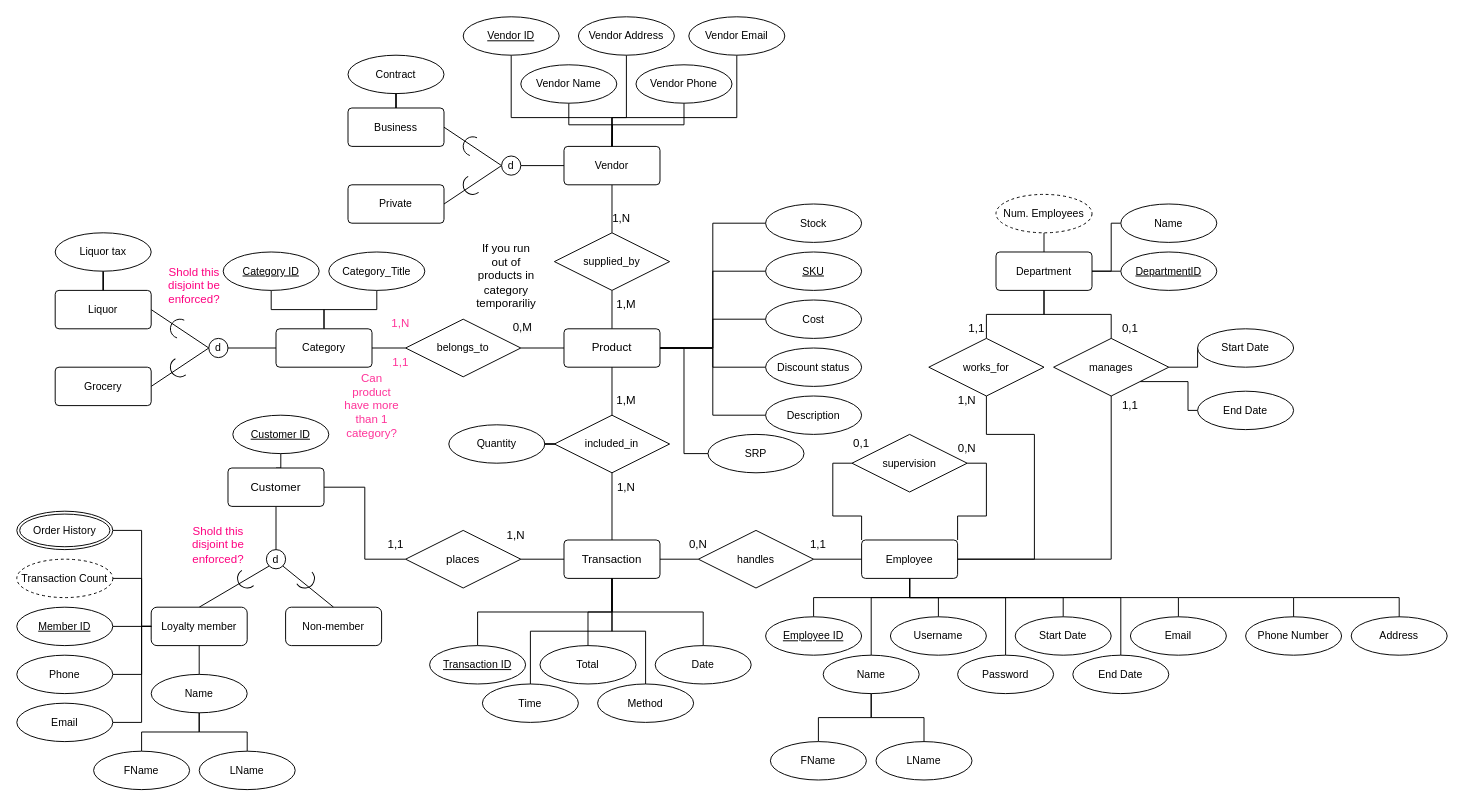
The draw.io diagram Scotts_Bar_2_ERD.drawio in vincentgruse/ScottsBar2, before the edit. Source tidied: cells renumbered, new cells numbered last; positions are measured from the earlier drawing's top-left corner, leaving out a move shared by most shapes. Both pictures are drawn from the tidied source at 96%, with x=0, y=0 at pixel (16, 16).
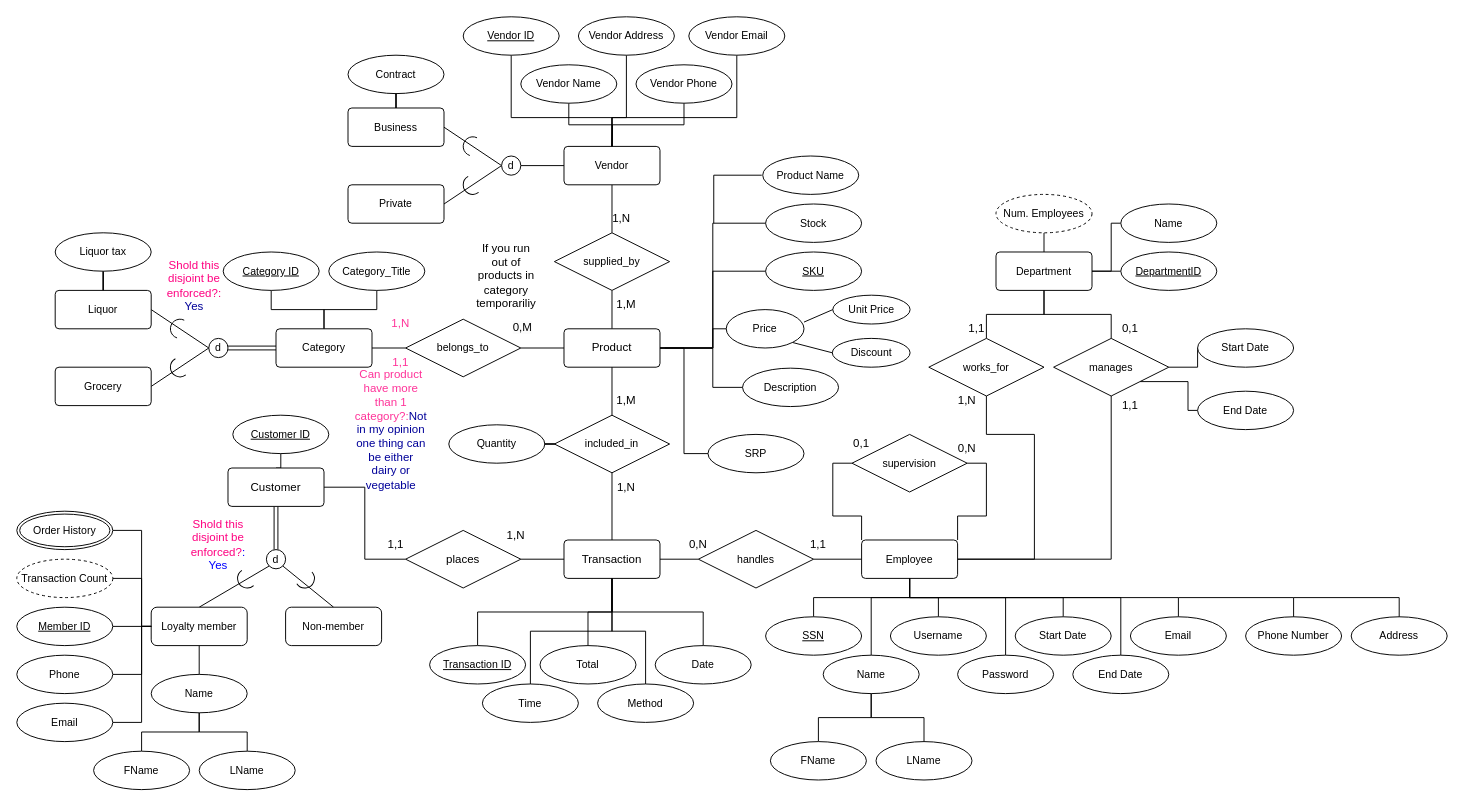
After the change.

Unchanged cells that the change refers to:
```xml
<mxCell id="3" value="Product" style="rounded=1;arcSize=10;whiteSpace=wrap;html=1;align=center;" parent="1" vertex="1">
  <mxGeometry x="570" y="325" width="100" height="40" as="geometry" />
</mxCell>
<mxCell id="8" value="Customer" style="rounded=1;arcSize=10;whiteSpace=wrap;html=1;align=center;" parent="1" vertex="1">
  <mxGeometry x="220" y="470" width="100" height="40" as="geometry" />
</mxCell>
<mxCell id="28" value="Category" style="rounded=1;arcSize=10;whiteSpace=wrap;html=1;align=center;fontFamily=Helvetica;fontSize=11;fontColor=default;labelBackgroundColor=default;" parent="1" vertex="1">
  <mxGeometry x="270" y="325" width="100" height="40" as="geometry" />
</mxCell>
<mxCell id="114" value="d" style="ellipse;whiteSpace=wrap;html=1;align=center;fontFamily=Helvetica;fontSize=11;fontColor=default;labelBackgroundColor=default;" parent="1" vertex="1">
  <mxGeometry x="260" y="555" width="20" height="20" as="geometry" />
</mxCell>
<mxCell id="118" value="d" style="ellipse;whiteSpace=wrap;html=1;align=center;fontFamily=Helvetica;fontSize=11;fontColor=default;labelBackgroundColor=default;" parent="1" vertex="1">
  <mxGeometry x="200" y="335" width="20" height="20" as="geometry" />
</mxCell>
```

What changed in the source:
```diff
@@
-    <mxCell id="7" style="edgeStyle=orthogonalEdgeStyle;rounded=0;jettySize=auto;html=1;exitX=0.5;exitY=1;exitDx=0;exitDy=0;entryX=0.5;entryY=0;entryDx=0;entryDy=0;strokeColor=default;align=center;verticalAlign=middle;fontFamily=Helvetica;fontSize=11;fontColor=default;labelBackgroundColor=default;endArrow=none;endFill=0;" parent="1" edge="1" source="8" target="114">
+    <mxCell id="7" style="edgeStyle=orthogonalEdgeStyle;rounded=0;jettySize=auto;html=1;exitX=0.5;exitY=1;exitDx=0;exitDy=0;entryX=0.5;entryY=0;entryDx=0;entryDy=0;strokeColor=default;align=center;verticalAlign=middle;fontFamily=Helvetica;fontSize=11;fontColor=default;labelBackgroundColor=default;endArrow=none;endFill=0;shape=link;" parent="1" edge="1" source="8" target="114">
       <mxGeometry relative="1" as="geometry" />
     </mxCell>
@@
-    <mxCell id="27" style="edgeStyle=orthogonalEdgeStyle;rounded=0;jettySize=auto;html=1;exitX=0;exitY=0.5;exitDx=0;exitDy=0;strokeColor=default;align=center;verticalAlign=middle;fontFamily=Helvetica;fontSize=11;fontColor=default;labelBackgroundColor=default;endArrow=none;endFill=0;" parent="1" edge="1" source="28" target="118">
+    <mxCell id="27" style="edgeStyle=orthogonalEdgeStyle;rounded=0;jettySize=auto;html=1;exitX=0;exitY=0.5;exitDx=0;exitDy=0;strokeColor=default;align=center;verticalAlign=middle;fontFamily=Helvetica;fontSize=11;fontColor=default;labelBackgroundColor=default;endArrow=none;endFill=0;shape=link;" parent="1" edge="1" source="28" target="118">
       <mxGeometry relative="1" as="geometry" />
     </mxCell>
@@
-    <mxCell id="53" style="edgeStyle=orthogonalEdgeStyle;rounded=0;jettySize=auto;html=1;exitX=0;exitY=0.5;exitDx=0;exitDy=0;entryX=1;entryY=0.5;entryDx=0;entryDy=0;strokeColor=default;align=center;verticalAlign=middle;fontFamily=Helvetica;fontSize=11;fontColor=default;labelBackgroundColor=default;endArrow=none;endFill=0;" parent="1" edge="1" source="54" target="3">
-      <mxGeometry relative="1" as="geometry" />
+    <mxCell id="53" style="edgeStyle=orthogonalEdgeStyle;rounded=0;orthogonalLoop=1;jettySize=auto;html=1;exitX=0;exitY=0.5;exitDx=0;exitDy=0;entryX=1;entryY=0.5;entryDx=0;entryDy=0;strokeColor=default;align=center;verticalAlign=middle;fontFamily=Helvetica;fontSize=11;fontColor=default;labelBackgroundColor=default;endArrow=none;endFill=0;" parent="1" edge="1">
+      <mxGeometry relative="1" as="geometry">
+        <mxPoint x="761" y="386" as="sourcePoint" />
+        <mxPoint x="675" y="345" as="targetPoint" />
+        <Array as="points">
+          <mxPoint x="725" y="386" />
+          <mxPoint x="725" y="345" />
+        </Array>
+      </mxGeometry>
     </mxCell>
     <mxCell id="54" value="Description" style="ellipse;whiteSpace=wrap;html=1;align=center;fontFamily=Helvetica;fontSize=11;fontColor=default;labelBackgroundColor=default;" parent="1" vertex="1">
-      <mxGeometry x="780" y="395" width="100" height="40" as="geometry" />
+      <mxGeometry x="756" y="366" width="100" height="40" as="geometry" />
     </mxCell>
-    <mxCell id="55" style="edgeStyle=orthogonalEdgeStyle;rounded=0;jettySize=auto;html=1;exitX=0;exitY=0.5;exitDx=0;exitDy=0;entryX=1;entryY=0.5;entryDx=0;entryDy=0;strokeColor=default;align=center;verticalAlign=middle;fontFamily=Helvetica;fontSize=11;fontColor=default;labelBackgroundColor=default;endArrow=none;endFill=0;" parent="1" edge="1" source="56" target="3">
-      <mxGeometry relative="1" as="geometry" />
+    <mxCell id="55" style="edgeStyle=orthogonalEdgeStyle;rounded=0;orthogonalLoop=1;jettySize=auto;html=1;exitX=0;exitY=0.5;exitDx=0;exitDy=0;strokeColor=default;align=center;verticalAlign=middle;fontFamily=Helvetica;fontSize=11;fontColor=default;labelBackgroundColor=default;endArrow=none;endFill=0;" parent="1" edge="1">
+      <mxGeometry relative="1" as="geometry">
+        <mxPoint x="739" y="325" as="sourcePoint" />
+        <mxPoint x="670" y="345" as="targetPoint" />
+        <Array as="points">
+          <mxPoint x="725" y="325" />
+          <mxPoint x="725" y="345" />
+        </Array>
+      </mxGeometry>
     </mxCell>
-    <mxCell id="56" value="Cost" style="ellipse;whiteSpace=wrap;html=1;align=center;fontFamily=Helvetica;fontSize=11;fontColor=default;labelBackgroundColor=default;" parent="1" vertex="1">
-      <mxGeometry x="780" y="295" width="100" height="40" as="geometry" />
+    <mxCell id="56" value="Price" style="ellipse;whiteSpace=wrap;html=1;align=center;fontFamily=Helvetica;fontSize=11;fontColor=default;labelBackgroundColor=default;" parent="1" vertex="1">
+      <mxGeometry x="739" y="305" width="81" height="40" as="geometry" />
     </mxCell>
@@
-    <mxCell id="78" value="&lt;u&gt;Employee ID&lt;/u&gt;" style="ellipse;whiteSpace=wrap;html=1;align=center;fontFamily=Helvetica;fontSize=11;fontColor=default;labelBackgroundColor=default;" parent="1" vertex="1">
+    <mxCell id="78" value="&lt;u&gt;SSN&lt;/u&gt;" style="ellipse;whiteSpace=wrap;html=1;align=center;fontFamily=Helvetica;fontSize=11;fontColor=default;labelBackgroundColor=default;" parent="1" vertex="1">
       <mxGeometry x="780" y="625" width="100" height="40" as="geometry" />
     </mxCell>
@@
-    <mxCell id="110" style="edgeStyle=orthogonalEdgeStyle;rounded=0;jettySize=auto;html=1;exitX=0;exitY=0.5;exitDx=0;exitDy=0;entryX=1;entryY=0.5;entryDx=0;entryDy=0;strokeColor=default;align=center;verticalAlign=middle;fontFamily=Helvetica;fontSize=11;fontColor=default;labelBackgroundColor=default;endArrow=none;endFill=0;" parent="1" edge="1" source="111" target="3">
-      <mxGeometry relative="1" as="geometry" />
-    </mxCell>
-    <mxCell id="111" value="Discount status" style="ellipse;whiteSpace=wrap;html=1;align=center;fontFamily=Helvetica;fontSize=11;fontColor=default;labelBackgroundColor=default;" parent="1" vertex="1">
-      <mxGeometry x="780" y="345" width="100" height="40" as="geometry" />
-    </mxCell>
@@
-    <mxCell id="160" value="&lt;font color=&quot;#ff3399&quot;&gt;Can product have more than 1 category?&lt;/font&gt;" style="text;strokeColor=none;align=center;fillColor=none;html=1;verticalAlign=middle;whiteSpace=wrap;rounded=0;" parent="1" vertex="1">
-      <mxGeometry x="340" y="390" width="60" height="30" as="geometry" />
+    <mxCell id="160" value="&lt;font color=&quot;#ff3399&quot;&gt;Can product have more than 1 category?:&lt;/font&gt;&lt;font color=&quot;#000099&quot;&gt;Not in my opinion one thing can be either dairy or vegetable&lt;/font&gt;" style="text;strokeColor=none;align=center;fillColor=none;html=1;verticalAlign=middle;whiteSpace=wrap;rounded=0;" parent="1" vertex="1">
+      <mxGeometry x="360" y="415" width="60" height="30" as="geometry" />
     </mxCell>
@@
-    <mxCell id="163" value="&lt;font color=&quot;#ff0080&quot;&gt;Shold this disjoint be enforced?&lt;/font&gt;" style="text;strokeColor=none;align=center;fillColor=none;html=1;verticalAlign=middle;whiteSpace=wrap;rounded=0;" parent="1" vertex="1">
+    <mxCell id="163" value="&lt;font color=&quot;#ff0080&quot;&gt;Shold this disjoint be enforced?: &lt;/font&gt;&lt;font color=&quot;#000099&quot;&gt;Yes&lt;/font&gt;" style="text;strokeColor=none;align=center;fillColor=none;html=1;verticalAlign=middle;whiteSpace=wrap;rounded=0;" parent="1" vertex="1">
       <mxGeometry x="155" y="265" width="60" height="30" as="geometry" />
     </mxCell>
-    <mxCell id="164" value="&lt;font color=&quot;#ff0080&quot;&gt;Shold this disjoint be enforced?&lt;/font&gt;" style="text;strokeColor=none;align=center;fillColor=none;html=1;verticalAlign=middle;whiteSpace=wrap;rounded=0;" parent="1" vertex="1">
+    <mxCell id="164" value="&lt;font color=&quot;#ff0080&quot;&gt;Shold this disjoint be enforced?&lt;/font&gt;&lt;font color=&quot;#0000ff&quot;&gt;: Yes&lt;/font&gt;" style="text;strokeColor=none;align=center;fillColor=none;html=1;verticalAlign=middle;whiteSpace=wrap;rounded=0;" parent="1" vertex="1">
       <mxGeometry x="180" y="535" width="60" height="30" as="geometry" />
     </mxCell>
@@
+    <mxCell id="171" value="Discount" style="ellipse;whiteSpace=wrap;html=1;align=center;fontFamily=Helvetica;fontSize=11;fontColor=default;labelBackgroundColor=default;" parent="1" vertex="1">
+      <mxGeometry x="849.5" y="335" width="81" height="30" as="geometry" />
+    </mxCell>
+    <mxCell id="172" value="Unit Price" style="ellipse;whiteSpace=wrap;html=1;align=center;fontFamily=Helvetica;fontSize=11;fontColor=default;labelBackgroundColor=default;" parent="1" vertex="1">
+      <mxGeometry x="850" y="290" width="80.5" height="30" as="geometry" />
+    </mxCell>
+    <mxCell id="173" style="endArrow=none;html=1;rounded=0;exitX=1;exitY=0.325;exitDx=0;exitDy=0;exitPerimeter=0;entryX=0;entryY=0.5;entryDx=0;entryDy=0;" parent="1" edge="1" source="56" target="172">
+      <mxGeometry relative="1" as="geometry" />
+    </mxCell>
+    <mxCell id="174" style="endArrow=none;html=1;rounded=0;entryX=0;entryY=0.5;entryDx=0;entryDy=0;exitX=1;exitY=1;exitDx=0;exitDy=0;" parent="1" edge="1" source="56" target="171">
+      <mxGeometry relative="1" as="geometry" />
+    </mxCell>
+    <mxCell id="175" value="Product Name" style="ellipse;whiteSpace=wrap;html=1;align=center;fontFamily=Helvetica;fontSize=11;fontColor=default;labelBackgroundColor=default;" parent="1" vertex="1">
+      <mxGeometry x="777" y="145" width="100" height="40" as="geometry" />
+    </mxCell>
+    <mxCell id="176" style="endArrow=none;html=1;rounded=0;entryX=0;entryY=0.5;entryDx=0;entryDy=0;" parent="1" edge="1">
+      <mxGeometry relative="1" as="geometry">
+        <mxPoint x="726" y="215" as="sourcePoint" />
+        <mxPoint x="776" y="165" as="targetPoint" />
+        <Array as="points">
+          <mxPoint x="726" y="165" />
+        </Array>
+      </mxGeometry>
+    </mxCell>
```
